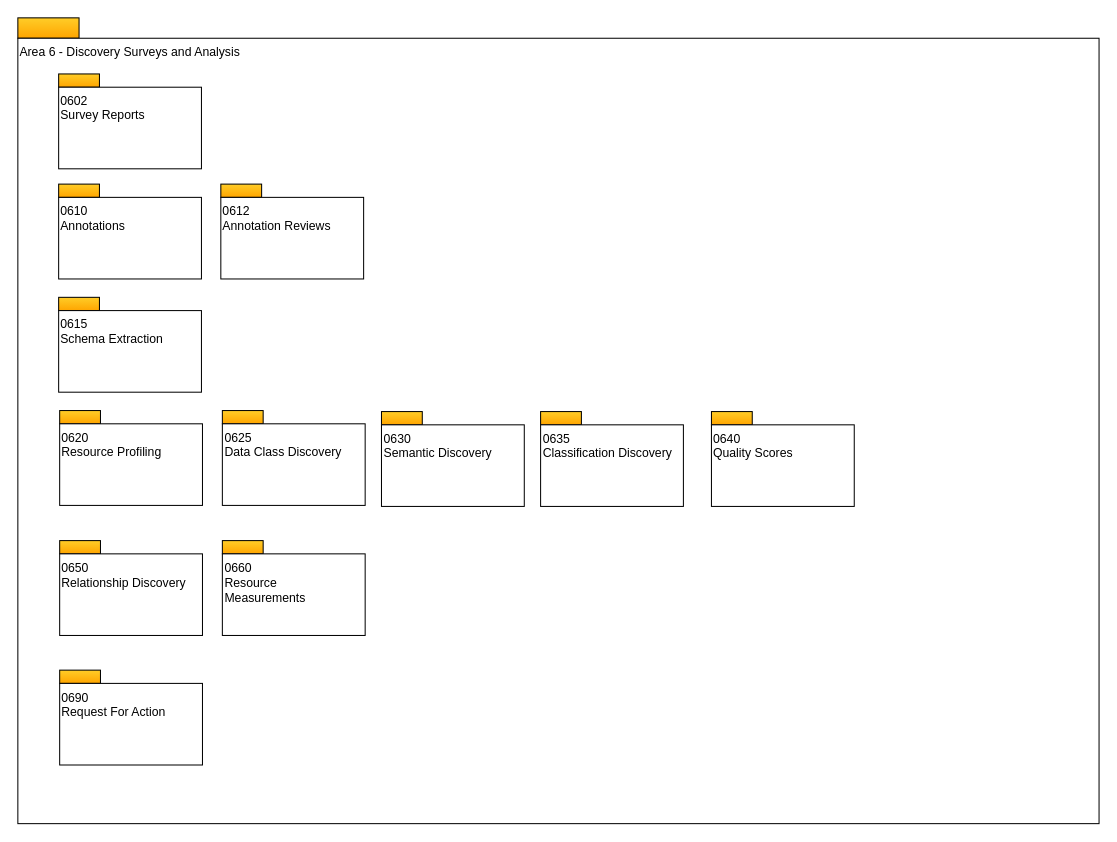
This is page "overview" (1 of 13) of site/docs/types/6/area-6-discovery.drawio from odpi/egeria-docs, a draw.io file, before an edit. Source tidied: cells renumbered, new cells numbered last; positions are measured from the earlier drawing's top-left corner, leaving out a move shared by most shapes. Both pictures are drawn from the tidied source at 102%, with x=0, y=0 at pixel (17, 17).
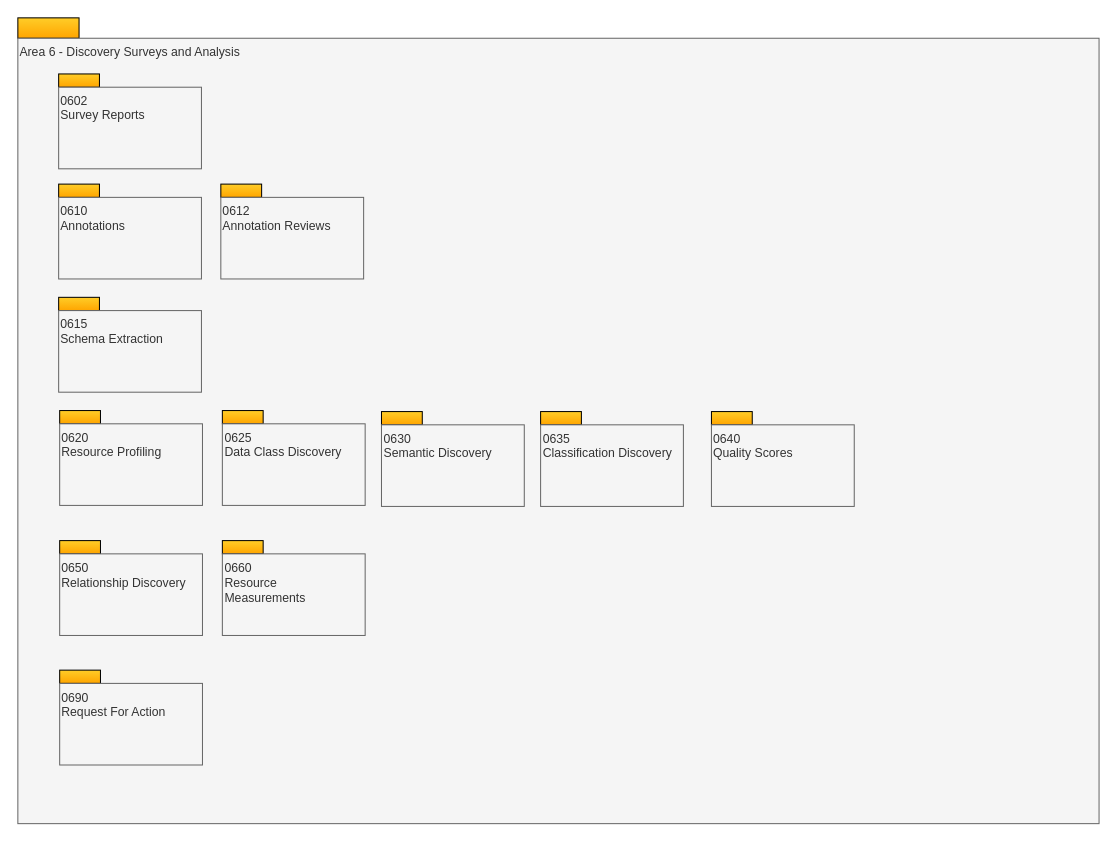
After the change.

What changed in the source:
```diff
@@
-    <mxCell id="3" value="Area 6 - Discovery Surveys and Analysis" style="rounded=0;whiteSpace=wrap;html=1;align=left;verticalAlign=top;" parent="1" vertex="1">
+    <mxCell id="3" value="Area 6 - Discovery Surveys and Analysis" style="rounded=0;whiteSpace=wrap;html=1;align=left;verticalAlign=top;fillColor=#f5f5f5;fontColor=#333333;strokeColor=#666666;" parent="1" vertex="1">
       <mxGeometry y="20" width="1060" height="770" as="geometry" />
     </mxCell>
@@
-    <mxCell id="5" value="0610&lt;br&gt;Annotations" style="rounded=0;whiteSpace=wrap;html=1;align=left;verticalAlign=top;" parent="1" vertex="1">
+    <mxCell id="5" value="0610&lt;br&gt;Annotations" style="rounded=0;whiteSpace=wrap;html=1;align=left;verticalAlign=top;fillColor=#f5f5f5;fontColor=#333333;strokeColor=#666666;" parent="1" vertex="1">
       <mxGeometry x="40" y="176" width="140" height="80" as="geometry" />
     </mxCell>
@@
-    <mxCell id="7" value="0612&lt;br&gt;Annotation Reviews" style="rounded=0;whiteSpace=wrap;html=1;align=left;verticalAlign=top;" parent="1" vertex="1">
+    <mxCell id="7" value="0612&lt;br&gt;Annotation Reviews" style="rounded=0;whiteSpace=wrap;html=1;align=left;verticalAlign=top;fillColor=#f5f5f5;fontColor=#333333;strokeColor=#666666;" parent="1" vertex="1">
       <mxGeometry x="199" y="176" width="140" height="80" as="geometry" />
     </mxCell>
@@
-    <mxCell id="9" value="0602&lt;br&gt;Survey Reports" style="rounded=0;whiteSpace=wrap;html=1;align=left;verticalAlign=top;" parent="1" vertex="1">
+    <mxCell id="9" value="0602&lt;br&gt;Survey Reports" style="rounded=0;whiteSpace=wrap;html=1;align=left;verticalAlign=top;fillColor=#f5f5f5;fontColor=#333333;strokeColor=#666666;" parent="1" vertex="1">
       <mxGeometry x="40" y="68" width="140" height="80" as="geometry" />
     </mxCell>
@@
-    <mxCell id="11" value="0620&lt;br&gt;Resource Profiling" style="rounded=0;whiteSpace=wrap;html=1;align=left;verticalAlign=top;" parent="1" vertex="1">
+    <mxCell id="11" value="0620&lt;br&gt;Resource Profiling" style="rounded=0;whiteSpace=wrap;html=1;align=left;verticalAlign=top;fillColor=#f5f5f5;fontColor=#333333;strokeColor=#666666;" parent="1" vertex="1">
       <mxGeometry x="41" y="398" width="140" height="80" as="geometry" />
     </mxCell>
@@
-    <mxCell id="13" value="0625&lt;br&gt;Data Class Discovery&lt;br&gt;" style="rounded=0;whiteSpace=wrap;html=1;align=left;verticalAlign=top;" parent="1" vertex="1">
+    <mxCell id="13" value="0625&lt;br&gt;Data Class Discovery&lt;br&gt;" style="rounded=0;whiteSpace=wrap;html=1;align=left;verticalAlign=top;fillColor=#f5f5f5;fontColor=#333333;strokeColor=#666666;" parent="1" vertex="1">
       <mxGeometry x="200.5" y="398" width="140" height="80" as="geometry" />
     </mxCell>
@@
-    <mxCell id="15" value="0630&lt;br&gt;Semantic Discovery&lt;br&gt;" style="rounded=0;whiteSpace=wrap;html=1;align=left;verticalAlign=top;" parent="1" vertex="1">
+    <mxCell id="15" value="0630&lt;br&gt;Semantic Discovery&lt;br&gt;" style="rounded=0;whiteSpace=wrap;html=1;align=left;verticalAlign=top;fillColor=#f5f5f5;fontColor=#333333;strokeColor=#666666;" parent="1" vertex="1">
       <mxGeometry x="356.5" y="399" width="140" height="80" as="geometry" />
     </mxCell>
@@
-    <mxCell id="17" value="0635&lt;br&gt;Classification Discovery&lt;br&gt;" style="rounded=0;whiteSpace=wrap;html=1;align=left;verticalAlign=top;" parent="1" vertex="1">
+    <mxCell id="17" value="0635&lt;br&gt;Classification Discovery&lt;br&gt;" style="rounded=0;whiteSpace=wrap;html=1;align=left;verticalAlign=top;fillColor=#f5f5f5;fontColor=#333333;strokeColor=#666666;" parent="1" vertex="1">
       <mxGeometry x="512.5" y="399" width="140" height="80" as="geometry" />
     </mxCell>
@@
-    <mxCell id="19" value="0650&lt;br&gt;Relationship Discovery" style="rounded=0;whiteSpace=wrap;html=1;align=left;verticalAlign=top;" parent="1" vertex="1">
+    <mxCell id="19" value="0650&lt;br&gt;Relationship Discovery" style="rounded=0;whiteSpace=wrap;html=1;align=left;verticalAlign=top;fillColor=#f5f5f5;fontColor=#333333;strokeColor=#666666;" parent="1" vertex="1">
       <mxGeometry x="41" y="525.5" width="140" height="80" as="geometry" />
     </mxCell>
@@
-    <mxCell id="21" value="0660&lt;br&gt;Resource &lt;br&gt;Measurements" style="rounded=0;whiteSpace=wrap;html=1;align=left;verticalAlign=top;" parent="1" vertex="1">
+    <mxCell id="21" value="0660&lt;br&gt;Resource &lt;br&gt;Measurements" style="rounded=0;whiteSpace=wrap;html=1;align=left;verticalAlign=top;fillColor=#f5f5f5;fontColor=#333333;strokeColor=#666666;" parent="1" vertex="1">
       <mxGeometry x="200.5" y="525.5" width="140" height="80" as="geometry" />
     </mxCell>
@@
-    <mxCell id="23" value="0690&lt;br&gt;Request For Action&lt;br&gt;" style="rounded=0;whiteSpace=wrap;html=1;align=left;verticalAlign=top;" parent="1" vertex="1">
+    <mxCell id="23" value="0690&lt;br&gt;Request For Action&lt;br&gt;" style="rounded=0;whiteSpace=wrap;html=1;align=left;verticalAlign=top;fillColor=#f5f5f5;fontColor=#333333;strokeColor=#666666;" parent="1" vertex="1">
       <mxGeometry x="41" y="652.5" width="140" height="80" as="geometry" />
     </mxCell>
@@
-    <mxCell id="25" value="0640&lt;br&gt;Quality Scores&lt;br&gt;" style="rounded=0;whiteSpace=wrap;html=1;align=left;verticalAlign=top;" parent="1" vertex="1">
+    <mxCell id="25" value="0640&lt;br&gt;Quality Scores&lt;br&gt;" style="rounded=0;whiteSpace=wrap;html=1;align=left;verticalAlign=top;fillColor=#f5f5f5;fontColor=#333333;strokeColor=#666666;" parent="1" vertex="1">
       <mxGeometry x="680" y="399" width="140" height="80" as="geometry" />
     </mxCell>
@@
-    <mxCell id="27" value="0615&lt;br&gt;Schema Extraction" style="rounded=0;whiteSpace=wrap;html=1;align=left;verticalAlign=top;" parent="1" vertex="1">
+    <mxCell id="27" value="0615&lt;br&gt;Schema Extraction" style="rounded=0;whiteSpace=wrap;html=1;align=left;verticalAlign=top;fillColor=#f5f5f5;fontColor=#333333;strokeColor=#666666;" parent="1" vertex="1">
       <mxGeometry x="40" y="287" width="140" height="80" as="geometry" />
     </mxCell>
```
